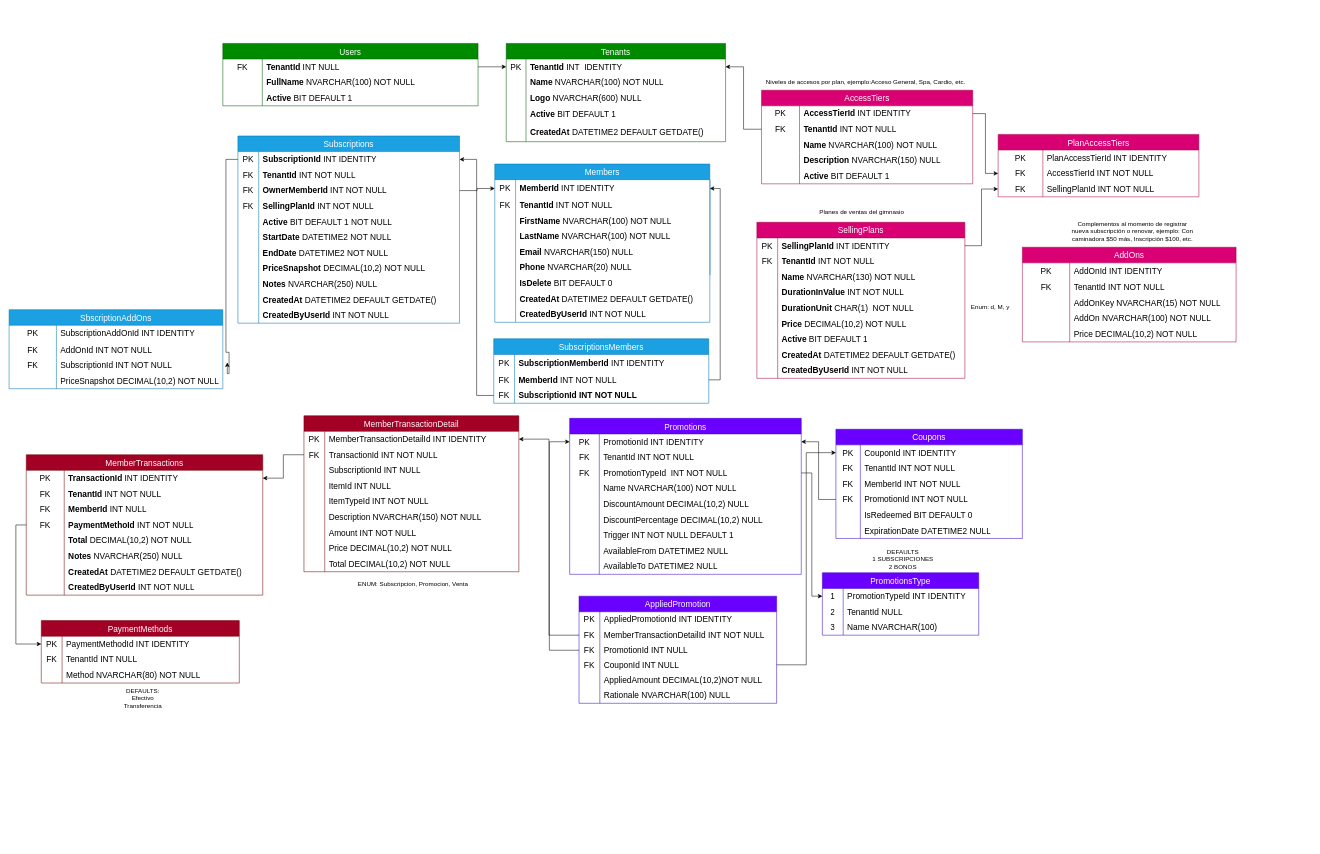
Above: docs/AcxessDataBaseDiagram.drawio in Maumedev/Acxess (draw.io), before the change. Source tidied: cells renumbered, new cells numbered last; positions are measured from the earlier drawing's top-left corner, leaving out a move shared by most shapes. Both pictures are drawn from the tidied source at 52%, with x=0, y=0 at pixel (9, 43).
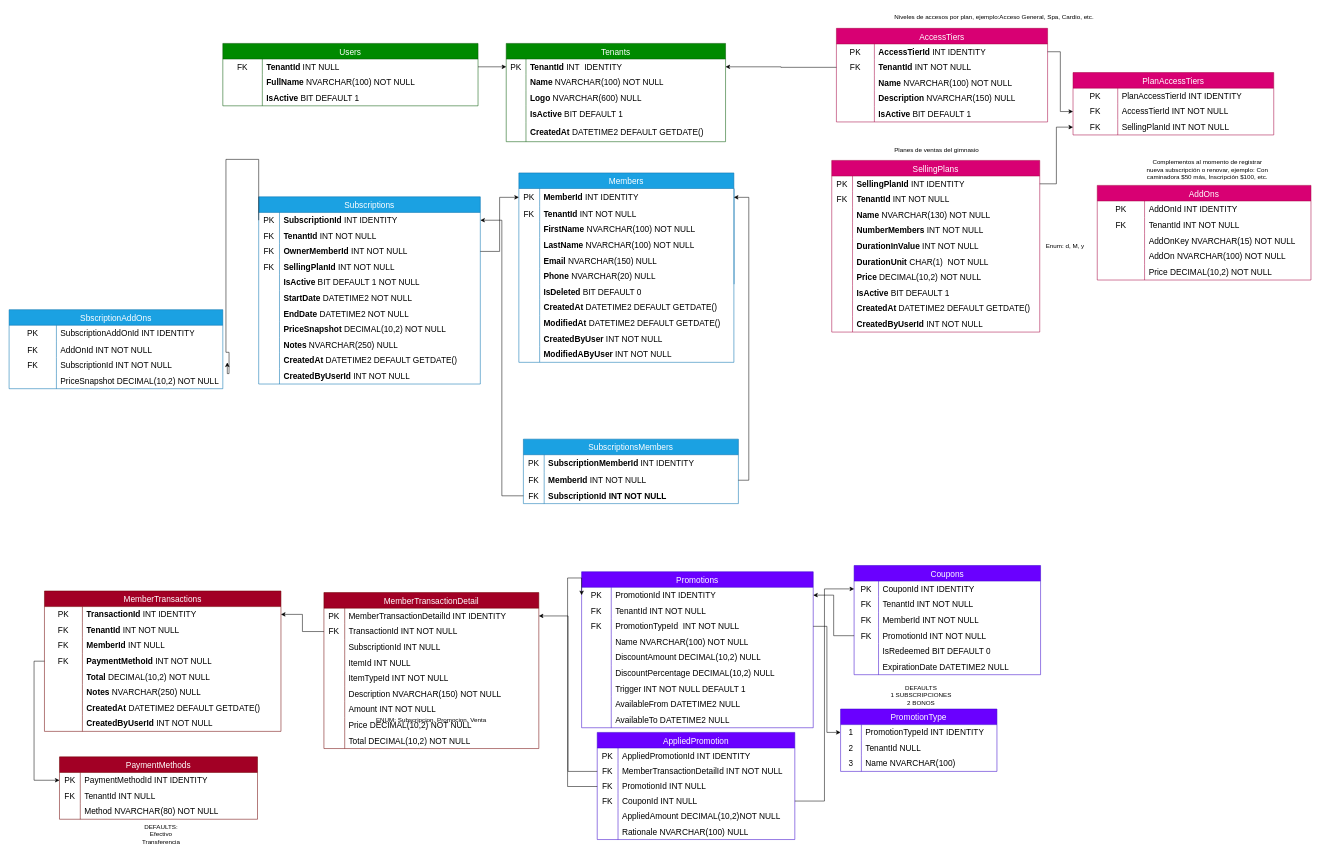
After the change.

The change refers to these unchanged cells:
```xml
<mxCell id="12" style="shape=tableRow;horizontal=0;startSize=0;swimlaneHead=0;swimlaneBody=0;top=0;left=0;bottom=0;right=0;fillColor=none;strokeColor=inherit;fontSize=16;" parent="2" vertex="1">
  <mxGeometry y="120" width="421.8" height="32" as="geometry" />
</mxCell>
<mxCell id="25" style="shape=tableRow;horizontal=0;startSize=0;swimlaneHead=0;swimlaneBody=0;top=0;left=0;bottom=0;right=0;fillColor=none;strokeColor=inherit;fontSize=16;" parent="18" vertex="1">
  <mxGeometry y="90" width="490.8" height="30" as="geometry" />
</mxCell>
<mxCell id="41" style="shape=tableRow;horizontal=0;startSize=0;swimlaneHead=0;swimlaneBody=0;top=0;left=0;bottom=0;right=0;fillColor=none;strokeColor=inherit;fontSize=16;" parent="28" vertex="1">
  <mxGeometry y="150" width="406.1" height="30" as="geometry" />
</mxCell>
<mxCell id="92" style="shape=tableRow;horizontal=0;startSize=0;swimlaneHead=0;swimlaneBody=0;top=0;left=0;bottom=0;right=0;fillColor=none;strokeColor=inherit;fontSize=16;" parent="72" vertex="1">
  <mxGeometry y="214" width="413.5" height="30" as="geometry" />
</mxCell>
<mxCell id="114" style="shape=tableRow;horizontal=0;startSize=0;swimlaneHead=0;swimlaneBody=0;top=0;left=0;bottom=0;right=0;fillColor=none;strokeColor=inherit;fontSize=16;" parent="101" vertex="1">
  <mxGeometry y="150" width="426.2" height="30" as="geometry" />
</mxCell>
<mxCell id="206" style="shape=tableRow;horizontal=0;startSize=0;swimlaneHead=0;swimlaneBody=0;top=0;left=0;bottom=0;right=0;fillColor=none;points=[[0,0.5],[1,0.5]];portConstraint=eastwest;strokeColor=inherit;fontSize=16;" parent="205" vertex="1">
  <mxGeometry y="30" width="445.4" height="30" as="geometry" />
</mxCell>
<mxCell id="240" style="shape=tableRow;horizontal=0;startSize=0;swimlaneHead=0;swimlaneBody=0;top=0;left=0;bottom=0;right=0;fillColor=none;points=[[0,0.5],[1,0.5]];portConstraint=eastwest;strokeColor=inherit;fontSize=16;" parent="233" vertex="1">
  <mxGeometry y="90" width="380" height="28" as="geometry" />
</mxCell>
```

What changed in the source:
```diff
@@
-    <mxCell id="14" value="&lt;font&gt;&lt;b&gt;Active &lt;/b&gt;BIT DEFAULT 1&lt;/font&gt;" style="shape=partialRectangle;html=1;whiteSpace=wrap;fillColor=none;top=0;left=0;bottom=0;right=0;align=left;spacingLeft=6;overflow=hidden;strokeColor=inherit;fontSize=16;" parent="12" vertex="1">
+    <mxCell id="14" value="&lt;font&gt;&lt;b&gt;IsActive &lt;/b&gt;BIT DEFAULT 1&lt;/font&gt;" style="shape=partialRectangle;html=1;whiteSpace=wrap;fillColor=none;top=0;left=0;bottom=0;right=0;align=left;spacingLeft=6;overflow=hidden;strokeColor=inherit;fontSize=16;" parent="12" vertex="1">
       <mxGeometry x="38" width="384" height="32" as="geometry" />
     </mxCell>
@@
-    <mxCell id="27" value="&lt;font&gt;&lt;b&gt;Active &lt;/b&gt;BIT DEFAULT 1&lt;/font&gt;" style="shape=partialRectangle;html=1;whiteSpace=wrap;fillColor=none;top=0;left=0;bottom=0;right=0;align=left;spacingLeft=6;overflow=hidden;strokeColor=inherit;fontSize=16;" parent="25" vertex="1">
+    <mxCell id="27" value="&lt;font&gt;&lt;b&gt;IsActive &lt;/b&gt;BIT DEFAULT 1&lt;/font&gt;" style="shape=partialRectangle;html=1;whiteSpace=wrap;fillColor=none;top=0;left=0;bottom=0;right=0;align=left;spacingLeft=6;overflow=hidden;strokeColor=inherit;fontSize=16;" parent="25" vertex="1">
       <mxGeometry x="76" width="415" height="30" as="geometry" />
     </mxCell>
     <mxCell id="28" value="AccessTiers" style="shape=table;startSize=30;childLayout=tableLayout;rowLines=0;fontStyle=0;strokeColor=#A50040;fontSize=16;fillColor=#d80073;fontColor=#ffffff;" parent="1" vertex="1">
-      <mxGeometry x="1447" y="90" width="406.1" height="180" as="geometry" />
+      <mxGeometry x="1591" y="-29" width="406.1" height="180" as="geometry" />
     </mxCell>
@@
-    <mxCell id="43" value="&lt;font&gt;&lt;b style=&quot;&quot;&gt;Active&amp;nbsp;&lt;/b&gt;BIT DEFAULT 1&lt;/font&gt;" style="shape=partialRectangle;html=1;whiteSpace=wrap;fillColor=none;top=0;left=0;bottom=0;right=0;align=left;spacingLeft=6;overflow=hidden;strokeColor=inherit;fontSize=16;" parent="41" vertex="1">
+    <mxCell id="43" value="&lt;font&gt;&lt;b style=&quot;&quot;&gt;IsActive&amp;nbsp;&lt;/b&gt;BIT DEFAULT 1&lt;/font&gt;" style="shape=partialRectangle;html=1;whiteSpace=wrap;fillColor=none;top=0;left=0;bottom=0;right=0;align=left;spacingLeft=6;overflow=hidden;strokeColor=inherit;fontSize=16;" parent="41" vertex="1">
       <mxGeometry x="73" width="333" height="30" as="geometry" />
     </mxCell>
     <mxCell id="44" value="SellingPlans" style="shape=table;startSize=30;childLayout=tableLayout;rowLines=0;fontStyle=0;strokeColor=#A50040;fontSize=16;fillColor=#d80073;fontColor=#ffffff;" parent="1" vertex="1">
-      <mxGeometry x="1438" y="344" width="400" height="300.1" as="geometry" />
+      <mxGeometry x="1582" y="225" width="400" height="330.1" as="geometry" />
     </mxCell>
@@
+    <mxCell id="345" style="shape=tableRow;horizontal=0;startSize=0;swimlaneHead=0;swimlaneBody=0;top=0;left=0;bottom=0;right=0;fillColor=none;strokeColor=inherit;fontSize=16;" parent="44" vertex="1">
+      <mxGeometry y="120" width="400" height="30" as="geometry" />
+    </mxCell>
+    <mxCell id="346" style="shape=partialRectangle;html=1;whiteSpace=wrap;fillColor=none;top=0;left=0;bottom=0;right=0;overflow=hidden;strokeColor=inherit;fontSize=16;" parent="345" vertex="1">
+      <mxGeometry width="40" height="30" as="geometry" />
+    </mxCell>
+    <mxCell id="347" value="&lt;font&gt;&lt;b&gt;NumberMembers&amp;nbsp;&lt;/b&gt;INT NOT NULL&lt;/font&gt;" style="shape=partialRectangle;html=1;whiteSpace=wrap;fillColor=none;top=0;left=0;bottom=0;right=0;align=left;spacingLeft=6;overflow=hidden;strokeColor=inherit;fontSize=16;" parent="345" vertex="1">
+      <mxGeometry x="40" width="360" height="30" as="geometry" />
+    </mxCell>
     <mxCell id="54" style="shape=tableRow;horizontal=0;startSize=0;swimlaneHead=0;swimlaneBody=0;top=0;left=0;bottom=0;right=0;fillColor=none;strokeColor=inherit;fontSize=16;" parent="44" vertex="1">
-      <mxGeometry y="120" width="400" height="30" as="geometry" />
+      <mxGeometry y="150" width="400" height="30" as="geometry" />
     </mxCell>
@@
     <mxCell id="57" style="shape=tableRow;horizontal=0;startSize=0;swimlaneHead=0;swimlaneBody=0;top=0;left=0;bottom=0;right=0;fillColor=none;strokeColor=inherit;fontSize=16;" parent="44" vertex="1">
-      <mxGeometry y="150" width="400" height="30" as="geometry" />
+      <mxGeometry y="180" width="400" height="30" as="geometry" />
     </mxCell>
@@
     <mxCell id="60" style="shape=tableRow;horizontal=0;startSize=0;swimlaneHead=0;swimlaneBody=0;top=0;left=0;bottom=0;right=0;fillColor=none;strokeColor=inherit;fontSize=16;" parent="44" vertex="1">
-      <mxGeometry y="180" width="400" height="30" as="geometry" />
+      <mxGeometry y="210" width="400" height="30" as="geometry" />
     </mxCell>
@@
     <mxCell id="63" style="shape=tableRow;horizontal=0;startSize=0;swimlaneHead=0;swimlaneBody=0;top=0;left=0;bottom=0;right=0;fillColor=none;strokeColor=inherit;fontSize=16;" parent="44" vertex="1">
-      <mxGeometry y="210" width="400" height="30" as="geometry" />
+      <mxGeometry y="240" width="400" height="30" as="geometry" />
     </mxCell>
@@
-    <mxCell id="65" value="&lt;font&gt;&lt;b&gt;Active&amp;nbsp;&lt;/b&gt;BIT DEFAULT 1&lt;/font&gt;" style="shape=partialRectangle;html=1;whiteSpace=wrap;fillColor=none;top=0;left=0;bottom=0;right=0;align=left;spacingLeft=6;overflow=hidden;strokeColor=inherit;fontSize=16;" parent="63" vertex="1">
+    <mxCell id="65" value="&lt;font&gt;&lt;b&gt;IsActive&amp;nbsp;&lt;/b&gt;BIT DEFAULT 1&lt;/font&gt;" style="shape=partialRectangle;html=1;whiteSpace=wrap;fillColor=none;top=0;left=0;bottom=0;right=0;align=left;spacingLeft=6;overflow=hidden;strokeColor=inherit;fontSize=16;" parent="63" vertex="1">
       <mxGeometry x="40" width="360" height="30" as="geometry" />
     </mxCell>
     <mxCell id="66" style="shape=tableRow;horizontal=0;startSize=0;swimlaneHead=0;swimlaneBody=0;top=0;left=0;bottom=0;right=0;fillColor=none;strokeColor=inherit;fontSize=16;" parent="44" vertex="1">
-      <mxGeometry y="240" width="400" height="30" as="geometry" />
+      <mxGeometry y="270" width="400" height="30" as="geometry" />
     </mxCell>
@@
     <mxCell id="69" style="shape=tableRow;horizontal=0;startSize=0;swimlaneHead=0;swimlaneBody=0;top=0;left=0;bottom=0;right=0;fillColor=none;strokeColor=inherit;fontSize=16;" parent="44" vertex="1">
-      <mxGeometry y="270" width="400" height="30" as="geometry" />
+      <mxGeometry y="300" width="400" height="30" as="geometry" />
     </mxCell>
@@
     <mxCell id="72" value="Members" style="shape=table;startSize=30;childLayout=tableLayout;rowLines=0;fontStyle=0;strokeColor=#006EAF;fontSize=16;fillColor=#1ba1e2;fontColor=#ffffff;" parent="1" vertex="1">
-      <mxGeometry x="934" y="232" width="413.5" height="304.3" as="geometry" />
+      <mxGeometry x="980.3" y="249" width="413.5" height="364.3" as="geometry" />
     </mxCell>
@@
-    <mxCell id="94" value="&lt;b&gt;IsDelete&amp;nbsp;&lt;/b&gt;&lt;span&gt;BIT DEFAULT 0&lt;/span&gt;" style="shape=partialRectangle;html=1;whiteSpace=wrap;fillColor=none;top=0;left=0;bottom=0;right=0;align=left;spacingLeft=6;overflow=hidden;strokeColor=inherit;fontSize=16;" parent="92" vertex="1">
+    <mxCell id="94" value="&lt;b&gt;IsDeleted&amp;nbsp;&lt;/b&gt;&lt;span&gt;BIT DEFAULT 0&lt;/span&gt;" style="shape=partialRectangle;html=1;whiteSpace=wrap;fillColor=none;top=0;left=0;bottom=0;right=0;align=left;spacingLeft=6;overflow=hidden;strokeColor=inherit;fontSize=16;" parent="92" vertex="1">
       <mxGeometry x="40" width="374" height="30" as="geometry" />
     </mxCell>
@@
+    <mxCell id="348" style="shape=tableRow;horizontal=0;startSize=0;swimlaneHead=0;swimlaneBody=0;top=0;left=0;bottom=0;right=0;fillColor=none;strokeColor=inherit;fontSize=16;" parent="72" vertex="1">
+      <mxGeometry y="274" width="413.5" height="30" as="geometry" />
+    </mxCell>
+    <mxCell id="349" style="shape=partialRectangle;html=1;whiteSpace=wrap;fillColor=none;top=0;left=0;bottom=0;right=0;overflow=hidden;strokeColor=inherit;fontSize=16;" parent="348" vertex="1">
+      <mxGeometry width="40" height="30" as="geometry" />
+    </mxCell>
+    <mxCell id="350" value="&lt;b&gt;ModifiedAt&amp;nbsp;&lt;/b&gt;&lt;span&gt;DATETIME2 DEFAULT GETDATE()&lt;/span&gt;" style="shape=partialRectangle;html=1;whiteSpace=wrap;fillColor=none;top=0;left=0;bottom=0;right=0;align=left;spacingLeft=6;overflow=hidden;strokeColor=inherit;fontSize=16;" parent="348" vertex="1">
+      <mxGeometry x="40" width="374" height="30" as="geometry" />
+    </mxCell>
     <mxCell id="98" style="shape=tableRow;horizontal=0;startSize=0;swimlaneHead=0;swimlaneBody=0;top=0;left=0;bottom=0;right=0;fillColor=none;strokeColor=inherit;fontSize=16;" parent="72" vertex="1">
-      <mxGeometry y="274" width="413.5" height="30" as="geometry" />
+      <mxGeometry y="304" width="413.5" height="30" as="geometry" />
     </mxCell>
@@
-    <mxCell id="100" value="&lt;b&gt;CreatedByUserId&amp;nbsp;&lt;/b&gt;&lt;span&gt;INT NOT NULL&lt;/span&gt;" style="shape=partialRectangle;html=1;whiteSpace=wrap;fillColor=none;top=0;left=0;bottom=0;right=0;align=left;spacingLeft=6;overflow=hidden;strokeColor=inherit;fontSize=16;" parent="98" vertex="1">
+    <mxCell id="100" value="&lt;b&gt;CreatedByUser&amp;nbsp;&lt;/b&gt;&lt;span&gt;INT NOT NULL&lt;/span&gt;" style="shape=partialRectangle;html=1;whiteSpace=wrap;fillColor=none;top=0;left=0;bottom=0;right=0;align=left;spacingLeft=6;overflow=hidden;strokeColor=inherit;fontSize=16;" parent="98" vertex="1">
       <mxGeometry x="40" width="374" height="30" as="geometry" />
     </mxCell>
+    <mxCell id="351" style="shape=tableRow;horizontal=0;startSize=0;swimlaneHead=0;swimlaneBody=0;top=0;left=0;bottom=0;right=0;fillColor=none;strokeColor=inherit;fontSize=16;" parent="72" vertex="1">
+      <mxGeometry y="334" width="413.5" height="30" as="geometry" />
+    </mxCell>
+    <mxCell id="352" style="shape=partialRectangle;html=1;whiteSpace=wrap;fillColor=none;top=0;left=0;bottom=0;right=0;overflow=hidden;strokeColor=inherit;fontSize=16;" parent="351" vertex="1">
+      <mxGeometry width="40" height="30" as="geometry" />
+    </mxCell>
+    <mxCell id="353" value="&lt;b&gt;ModifiedAByUser&amp;nbsp;&lt;/b&gt;&lt;span&gt;INT NOT NULL&lt;/span&gt;" style="shape=partialRectangle;html=1;whiteSpace=wrap;fillColor=none;top=0;left=0;bottom=0;right=0;align=left;spacingLeft=6;overflow=hidden;strokeColor=inherit;fontSize=16;" parent="351" vertex="1">
+      <mxGeometry x="40" width="374" height="30" as="geometry" />
+    </mxCell>
     <mxCell id="101" value="Subscriptions" style="shape=table;startSize=30;childLayout=tableLayout;rowLines=0;fontStyle=0;strokeColor=#006EAF;fontSize=16;fillColor=#1ba1e2;fontColor=#ffffff;" parent="1" vertex="1">
-      <mxGeometry x="440" y="178" width="426.2" height="360" as="geometry" />
+      <mxGeometry x="480" y="295" width="426.2" height="360" as="geometry" />
     </mxCell>
@@
-    <mxCell id="116" value="&lt;span&gt;&lt;b&gt;Active&amp;nbsp;&lt;/b&gt;BIT DEFAULT 1 NOT NULL&lt;/span&gt;" style="shape=partialRectangle;html=1;whiteSpace=wrap;fillColor=none;top=0;left=0;bottom=0;right=0;align=left;spacingLeft=6;overflow=hidden;strokeColor=inherit;fontSize=16;" parent="114" vertex="1">
+    <mxCell id="116" value="&lt;span&gt;&lt;b&gt;IsActive&amp;nbsp;&lt;/b&gt;BIT DEFAULT 1 NOT NULL&lt;/span&gt;" style="shape=partialRectangle;html=1;whiteSpace=wrap;fillColor=none;top=0;left=0;bottom=0;right=0;align=left;spacingLeft=6;overflow=hidden;strokeColor=inherit;fontSize=16;" parent="114" vertex="1">
       <mxGeometry x="40" width="386" height="30" as="geometry" />
     </mxCell>
@@
     <mxCell id="135" value="MemberTransactions " style="shape=table;startSize=30;childLayout=tableLayout;rowLines=0;fontStyle=0;strokeColor=#6F0000;fontSize=16;fillColor=#a20025;fontColor=#ffffff;" parent="1" vertex="1">
-      <mxGeometry x="33" y="791" width="454.8" height="270" as="geometry" />
+      <mxGeometry x="68" y="1053" width="454.8" height="270" as="geometry" />
     </mxCell>
@@
     <mxCell id="163" value="AddOns" style="shape=table;startSize=30;childLayout=tableLayout;rowLines=0;fontStyle=0;strokeColor=#A50040;fontSize=16;fillColor=#d80073;fontColor=#ffffff;" parent="1" vertex="1">
-      <mxGeometry x="1948.6" y="392" width="411" height="182" as="geometry" />
+      <mxGeometry x="2092.6" y="273" width="411" height="182" as="geometry" />
     </mxCell>
@@
     <mxCell id="179" value="PlanAccessTiers" style="shape=table;startSize=30;childLayout=tableLayout;rowLines=0;fontStyle=0;fontSize=16;fillColor=#d80073;strokeColor=#A50040;fontColor=#ffffff;" parent="1" vertex="1">
-      <mxGeometry x="1902" y="175" width="386" height="120" as="geometry" />
+      <mxGeometry x="2046" y="56" width="386" height="120" as="geometry" />
     </mxCell>
@@
     <mxCell id="205" value="Promotions" style="shape=table;startSize=30;childLayout=tableLayout;rowLines=0;fontStyle=0;strokeColor=#3700CC;fontSize=16;fillColor=#6a00ff;fontColor=#ffffff;" parent="1" vertex="1">
-      <mxGeometry x="1078" y="721" width="445.4" height="300" as="geometry" />
+      <mxGeometry x="1101" y="1016" width="445.4" height="300" as="geometry" />
     </mxCell>
@@
     <mxCell id="233" value="AppliedPromotion" style="shape=table;startSize=30;childLayout=tableLayout;rowLines=0;fontStyle=0;strokeColor=#3700CC;fontSize=16;fillColor=#6a00ff;fontColor=#ffffff;" parent="1" vertex="1">
-      <mxGeometry x="1096" y="1063" width="380" height="206" as="geometry" />
+      <mxGeometry x="1131" y="1325" width="380" height="206" as="geometry" />
     </mxCell>
@@
     <mxCell id="252" value="Coupons" style="shape=table;startSize=30;childLayout=tableLayout;rowLines=0;fontStyle=0;strokeColor=#3700CC;fontSize=16;fillColor=#6a00ff;fontColor=#ffffff;" parent="1" vertex="1">
-      <mxGeometry x="1590" y="742" width="358.6" height="210" as="geometry" />
+      <mxGeometry x="1625" y="1004" width="358.6" height="210" as="geometry" />
     </mxCell>
@@
-    <mxCell id="271" value="PromotionsType" style="shape=table;startSize=30;childLayout=tableLayout;rowLines=0;fontStyle=0;strokeColor=#3700CC;fontSize=16;fillColor=#6a00ff;fontColor=#ffffff;" parent="1" vertex="1">
-      <mxGeometry x="1564" y="1018" width="300.7" height="120" as="geometry" />
+    <mxCell id="271" value="PromotionType" style="shape=table;startSize=30;childLayout=tableLayout;rowLines=0;fontStyle=0;strokeColor=#3700CC;fontSize=16;fillColor=#6a00ff;fontColor=#ffffff;" parent="1" vertex="1">
+      <mxGeometry x="1599" y="1280" width="300.7" height="120" as="geometry" />
     </mxCell>
@@
     <mxCell id="281" value="PaymentMethods" style="shape=table;startSize=30;childLayout=tableLayout;rowLines=0;fontStyle=0;strokeColor=#6F0000;fontSize=16;fillColor=#a20025;fontColor=#ffffff;" parent="1" vertex="1">
-      <mxGeometry x="61.9" y="1110" width="380.8" height="120" as="geometry" />
+      <mxGeometry x="96.9" y="1372" width="380.8" height="120" as="geometry" />
     </mxCell>
@@
     <mxCell id="291" value="DEFAULTS:&lt;div&gt;Efectivo&lt;/div&gt;&lt;div&gt;Transferencia&lt;/div&gt;" style="text;html=1;whiteSpace=wrap;strokeColor=none;fillColor=none;align=center;verticalAlign=middle;rounded=0;" parent="1" vertex="1">
-      <mxGeometry x="165" y="1244" width="185" height="30" as="geometry" />
+      <mxGeometry x="200" y="1506" width="185" height="30" as="geometry" />
     </mxCell>
@@
     <mxCell id="293" value="Niveles de accesos por plan, ejemplo:Acceso General, Spa, Cardio, etc." style="text;html=1;whiteSpace=wrap;strokeColor=none;fillColor=none;align=center;verticalAlign=middle;rounded=0;" parent="1" vertex="1">
-      <mxGeometry x="1368" y="60" width="559" height="30" as="geometry" />
+      <mxGeometry x="1615" y="-66" width="559" height="30" as="geometry" />
     </mxCell>
     <mxCell id="294" value="Planes de ventas del gimnasio" style="text;html=1;whiteSpace=wrap;strokeColor=none;fillColor=none;align=center;verticalAlign=middle;rounded=0;" parent="1" vertex="1">
-      <mxGeometry x="1527" y="310" width="226" height="30" as="geometry" />
+      <mxGeometry x="1671" y="191" width="226" height="30" as="geometry" />
     </mxCell>
     <mxCell id="295" value="Complementos al momento de registrar nueva subscripción o renovar, ejemplo: Con caminadora $50 más, Inscripción $100, etc." style="text;html=1;whiteSpace=wrap;strokeColor=none;fillColor=none;align=center;verticalAlign=middle;rounded=0;" parent="1" vertex="1">
-      <mxGeometry x="2039.6" y="347" width="241" height="30" as="geometry" />
+      <mxGeometry x="2183.6" y="228" width="241" height="30" as="geometry" />
     </mxCell>
     <mxCell id="296" value="DEFAULTS&lt;div&gt;1 SUBSCRIPCIONES&lt;/div&gt;&lt;div&gt;2 BONOS&lt;/div&gt;" style="text;html=1;whiteSpace=wrap;strokeColor=none;fillColor=none;align=center;verticalAlign=middle;rounded=0;" parent="1" vertex="1">
-      <mxGeometry x="1620" y="977" width="198" height="30" as="geometry" />
+      <mxGeometry x="1655" y="1239" width="198" height="30" as="geometry" />
     </mxCell>
@@
     <mxCell id="299" value="Enum: d, M, y" style="text;html=1;whiteSpace=wrap;strokeColor=none;fillColor=none;align=center;verticalAlign=middle;rounded=0;" parent="1" vertex="1">
-      <mxGeometry x="1838" y="493" width="98" height="30" as="geometry" />
+      <mxGeometry x="1982" y="374" width="98" height="30" as="geometry" />
     </mxCell>
     <mxCell id="300" value="MemberTransactionDetail" style="shape=table;startSize=30;childLayout=tableLayout;rowLines=0;fontStyle=0;strokeColor=#6F0000;fontSize=16;fillColor=#a20025;fontColor=#ffffff;" parent="1" vertex="1">
-      <mxGeometry x="567" y="716" width="413.3" height="300" as="geometry" />
+      <mxGeometry x="605.4" y="1056" width="413.3" height="300" as="geometry" />
     </mxCell>
@@
     <mxCell id="328" value="ENUM: Subscripcion, Promocion, Venta" style="text;html=1;whiteSpace=wrap;strokeColor=none;fillColor=none;align=center;verticalAlign=middle;rounded=0;" parent="1" vertex="1">
-      <mxGeometry x="641" y="1024" width="272" height="30" as="geometry" />
+      <mxGeometry x="676" y="1286" width="272" height="30" as="geometry" />
     </mxCell>
@@
     <mxCell id="330" value="SubscriptionsMembers" style="shape=table;startSize=30;childLayout=tableLayout;rowLines=0;fontStyle=0;strokeColor=#006EAF;fontSize=16;fillColor=#1ba1e2;fontColor=#ffffff;" parent="1" vertex="1">
-      <mxGeometry x="932" y="568" width="413.5" height="124" as="geometry" />
+      <mxGeometry x="989" y="761" width="413.5" height="124" as="geometry" />
     </mxCell>
@@
     <mxCell id="343" style="edgeStyle=orthogonalEdgeStyle;rounded=0;jettySize=auto;html=1;exitX=0;exitY=0.5;exitDx=0;exitDy=0;entryX=0;entryY=0.5;entryDx=0;entryDy=0;" parent="1" edge="1" source="240" target="206">
       <mxGeometry relative="1" as="geometry">
         <Array as="points">
-          <mxPoint x="1039" y="1167" />
-          <mxPoint x="1039" y="766" />
+          <mxPoint x="1074" y="1429" />
+          <mxPoint x="1074" y="1028" />
         </Array>
       </mxGeometry>
     </mxCell>
```
